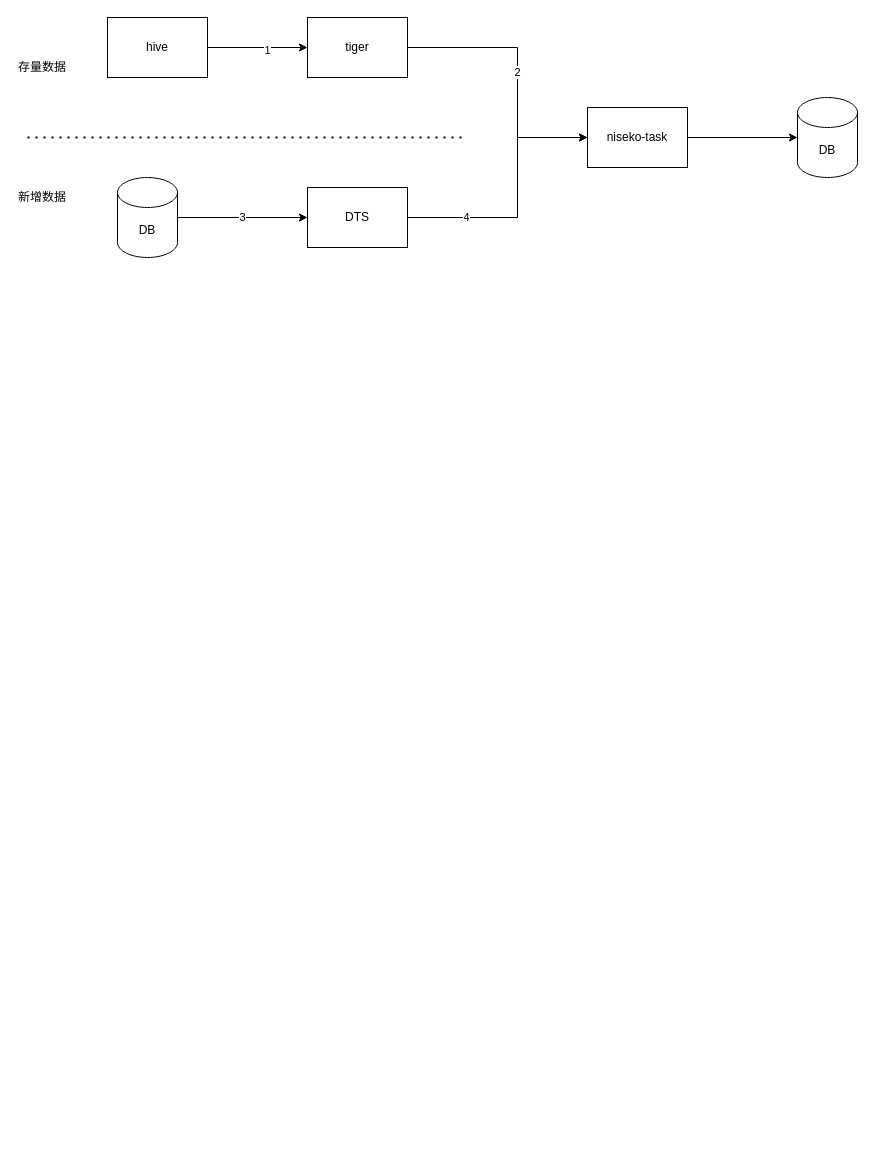
Before: page "数据采集" (4 of 4) of Untitled Diagram.drawio in Kang-Shawn/Kang-Shawn.github.io, a draw.io diagram. Source tidied: cells renumbered, new cells numbered last; positions are measured from the earlier drawing's top-left corner, leaving out a move shared by most shapes. Both pictures are drawn from the tidied source at 100%, with x=0, y=0 at pixel (17, 17).
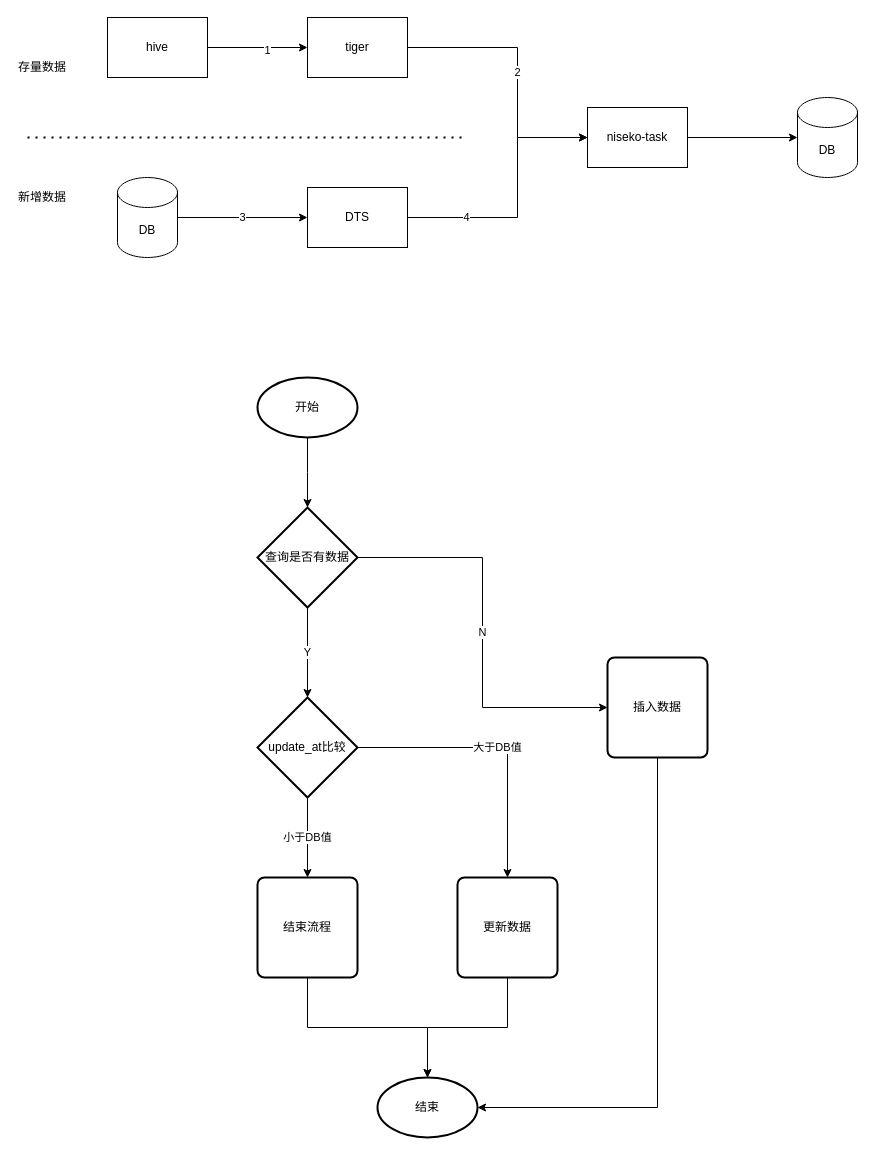
After the change.

Change to the diagram source:
```diff
@@
+    <mxCell id="18" style="edgeStyle=orthogonalEdgeStyle;rounded=0;jettySize=auto;html=1;" parent="1" edge="1" source="19">
+      <mxGeometry relative="1" as="geometry">
+        <mxPoint x="290" y="490" as="targetPoint" />
+      </mxGeometry>
+    </mxCell>
+    <mxCell id="19" value="开始" style="strokeWidth=2;html=1;shape=mxgraph.flowchart.start_1;whiteSpace=wrap;" parent="1" vertex="1">
+      <mxGeometry x="240" y="360" width="100" height="60" as="geometry" />
+    </mxCell>
+    <mxCell id="20" value="N" style="edgeStyle=orthogonalEdgeStyle;rounded=0;jettySize=auto;html=1;entryX=0;entryY=0.5;entryDx=0;entryDy=0;" parent="1" edge="1" source="22" target="24">
+      <mxGeometry relative="1" as="geometry" />
+    </mxCell>
+    <mxCell id="21" value="Y" style="edgeStyle=orthogonalEdgeStyle;rounded=0;jettySize=auto;html=1;entryX=0.5;entryY=0;entryDx=0;entryDy=0;entryPerimeter=0;" parent="1" edge="1" source="22" target="28">
+      <mxGeometry relative="1" as="geometry" />
+    </mxCell>
+    <mxCell id="22" value="查询是否有数据" style="strokeWidth=2;html=1;shape=mxgraph.flowchart.decision;whiteSpace=wrap;" parent="1" vertex="1">
+      <mxGeometry x="240" y="490" width="100" height="100" as="geometry" />
+    </mxCell>
+    <mxCell id="23" style="edgeStyle=orthogonalEdgeStyle;rounded=0;jettySize=auto;html=1;entryX=1;entryY=0.5;entryDx=0;entryDy=0;entryPerimeter=0;" parent="1" edge="1" source="24" target="25">
+      <mxGeometry relative="1" as="geometry">
+        <Array as="points">
+          <mxPoint x="640" y="1090" />
+        </Array>
+      </mxGeometry>
+    </mxCell>
+    <mxCell id="24" value="插入数据" style="rounded=1;whiteSpace=wrap;html=1;absoluteArcSize=1;arcSize=14;strokeWidth=2;" parent="1" vertex="1">
+      <mxGeometry x="590" y="640" width="100" height="100" as="geometry" />
+    </mxCell>
+    <mxCell id="25" value="结束" style="strokeWidth=2;html=1;shape=mxgraph.flowchart.start_1;whiteSpace=wrap;" parent="1" vertex="1">
+      <mxGeometry x="360" y="1060" width="100" height="60" as="geometry" />
+    </mxCell>
+    <mxCell id="26" value="大于DB值" style="edgeStyle=orthogonalEdgeStyle;rounded=0;jettySize=auto;html=1;" parent="1" edge="1" source="28" target="30">
+      <mxGeometry relative="1" as="geometry" />
+    </mxCell>
+    <mxCell id="27" value="小于DB值" style="edgeStyle=orthogonalEdgeStyle;rounded=0;jettySize=auto;html=1;entryX=0.5;entryY=0;entryDx=0;entryDy=0;" parent="1" edge="1" source="28" target="32">
+      <mxGeometry relative="1" as="geometry" />
+    </mxCell>
+    <mxCell id="28" value="update_at比较" style="strokeWidth=2;html=1;shape=mxgraph.flowchart.decision;whiteSpace=wrap;" parent="1" vertex="1">
+      <mxGeometry x="240" y="680" width="100" height="100" as="geometry" />
+    </mxCell>
+    <mxCell id="29" style="edgeStyle=orthogonalEdgeStyle;rounded=0;jettySize=auto;html=1;entryX=0.5;entryY=0;entryDx=0;entryDy=0;entryPerimeter=0;" parent="1" edge="1" source="30" target="25">
+      <mxGeometry relative="1" as="geometry" />
+    </mxCell>
+    <mxCell id="30" value="更新数据" style="rounded=1;whiteSpace=wrap;html=1;absoluteArcSize=1;arcSize=14;strokeWidth=2;" parent="1" vertex="1">
+      <mxGeometry x="440" y="860" width="100" height="100" as="geometry" />
+    </mxCell>
+    <mxCell id="31" style="edgeStyle=orthogonalEdgeStyle;rounded=0;jettySize=auto;html=1;entryX=0.5;entryY=0;entryDx=0;entryDy=0;entryPerimeter=0;" parent="1" edge="1" source="32" target="25">
+      <mxGeometry relative="1" as="geometry">
+        <Array as="points">
+          <mxPoint x="290" y="1010" />
+          <mxPoint x="410" y="1010" />
+        </Array>
+      </mxGeometry>
+    </mxCell>
+    <mxCell id="32" value="结束流程" style="rounded=1;whiteSpace=wrap;html=1;absoluteArcSize=1;arcSize=14;strokeWidth=2;" parent="1" vertex="1">
+      <mxGeometry x="240" y="860" width="100" height="100" as="geometry" />
+    </mxCell>
```
